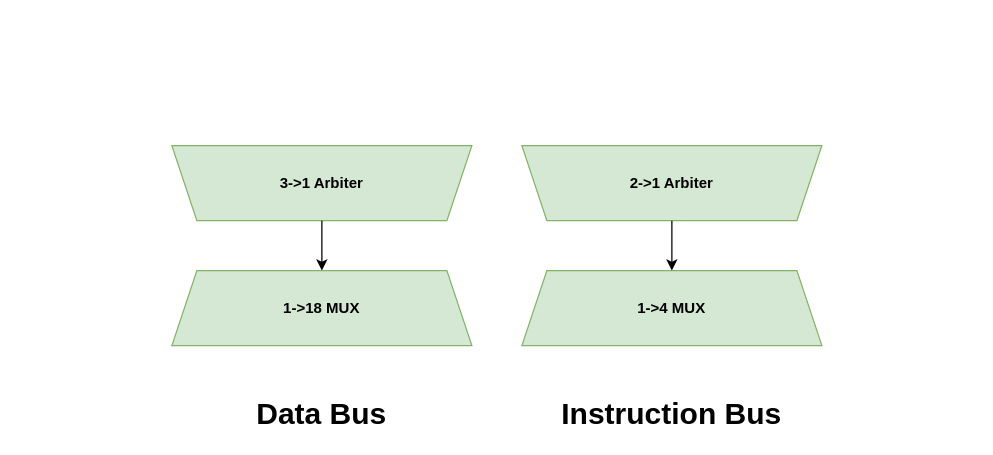
epsilon537/boxlambda keeps this draw.io diagram as assets/data_bus_and_instruction_bus.drawio. Above is the earlier version. Source tidied: cells renumbered, new cells numbered last; positions are measured from the earlier drawing's top-left corner, leaving out a move shared by most shapes. Both pictures are drawn from the tidied source at 125%, with x=0, y=0 at pixel (21, 145).
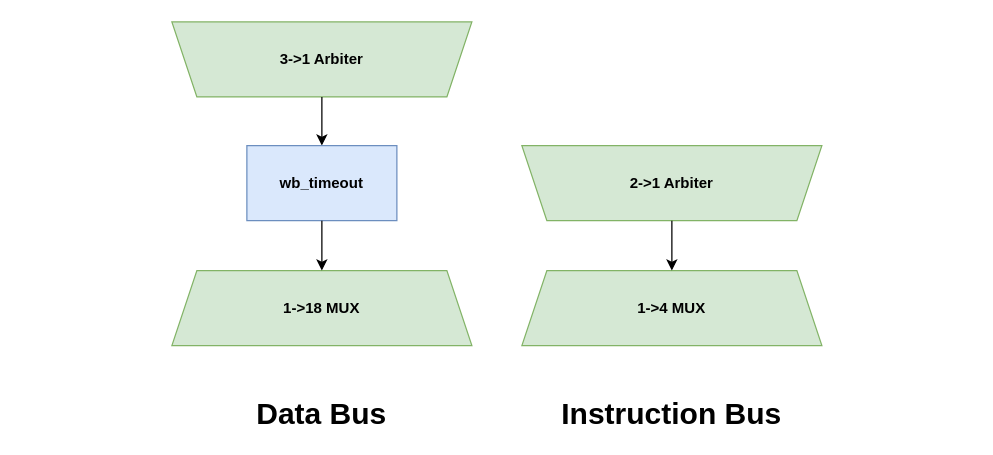
After the change.

Change to the diagram source:
```diff
@@
 <mxGraphModel>
   <root>
     <mxCell id="0" />
     <mxCell id="1" parent="0" />
     <mxCell id="2" style="rounded=0;whiteSpace=wrap;html=1;fillColor=none;strokeColor=none;" parent="1" vertex="1">
       <mxGeometry y="60" width="760" height="60" as="geometry" />
     </mxCell>
     <mxCell id="3" value="1-&amp;gt;18 MUX" style="shape=trapezoid;perimeter=trapezoidPerimeter;whiteSpace=wrap;html=1;fixedSize=1;fillColor=#d5e8d4;strokeColor=#82b366;fontStyle=1;" parent="1" vertex="1">
       <mxGeometry x="120" y="100" width="240" height="60" as="geometry" />
     </mxCell>
     <mxCell id="4" style="shape=trapezoid;perimeter=trapezoidPerimeter;whiteSpace=wrap;html=1;fixedSize=1;rotation=-180;fillColor=#d5e8d4;strokeColor=#82b366;" parent="1" vertex="1">
-      <mxGeometry x="120" width="240" height="60" as="geometry" />
+      <mxGeometry x="120" y="-99" width="240" height="60" as="geometry" />
     </mxCell>
     <mxCell id="5" value="3-&amp;gt;1 Arbiter" style="text;html=1;align=center;verticalAlign=middle;whiteSpace=wrap;rounded=0;fontStyle=1;" parent="1" vertex="1">
-      <mxGeometry x="195" y="15" width="90" height="30" as="geometry" />
+      <mxGeometry x="195" y="-84" width="90" height="30" as="geometry" />
     </mxCell>
-    <mxCell id="6" style="endArrow=classic;html=1;rounded=0;entryX=0.5;entryY=0;entryDx=0;entryDy=0;exitX=0.5;exitY=0;exitDx=0;exitDy=0;" parent="1" edge="1" source="4" target="3">
+    <mxCell id="6" style="endArrow=classic;html=1;rounded=0;entryX=0.5;entryY=0;entryDx=0;entryDy=0;exitX=0.5;exitY=0;exitDx=0;exitDy=0;" parent="1" edge="1" source="4" target="13">
       <mxGeometry relative="1" as="geometry" />
     </mxCell>
     <mxCell id="7" value="Data Bus" style="text;html=1;align=center;verticalAlign=middle;whiteSpace=wrap;rounded=0;fontSize=24;fontStyle=1;" parent="1" vertex="1">
       <mxGeometry x="160" y="200" width="160" height="30" as="geometry" />
     </mxCell>
     <mxCell id="8" value="1-&amp;gt;4 MUX" style="shape=trapezoid;perimeter=trapezoidPerimeter;whiteSpace=wrap;html=1;fixedSize=1;fillColor=#d5e8d4;strokeColor=#82b366;fontStyle=1;" parent="1" vertex="1">
       <mxGeometry x="400" y="100" width="240" height="60" as="geometry" />
     </mxCell>
     <mxCell id="9" style="shape=trapezoid;perimeter=trapezoidPerimeter;whiteSpace=wrap;html=1;fixedSize=1;rotation=-180;fillColor=#d5e8d4;strokeColor=#82b366;" parent="1" vertex="1">
       <mxGeometry x="400" width="240" height="60" as="geometry" />
     </mxCell>
     <mxCell id="10" value="2-&amp;gt;1 Arbiter" style="text;html=1;align=center;verticalAlign=middle;whiteSpace=wrap;rounded=0;fontStyle=1;" parent="1" vertex="1">
       <mxGeometry x="475" y="15" width="90" height="30" as="geometry" />
     </mxCell>
     <mxCell id="11" style="endArrow=classic;html=1;rounded=0;entryX=0.5;entryY=0;entryDx=0;entryDy=0;exitX=0.5;exitY=0;exitDx=0;exitDy=0;" parent="1" edge="1" source="9" target="8">
       <mxGeometry relative="1" as="geometry" />
     </mxCell>
     <mxCell id="12" value="Instruction Bus" style="text;html=1;align=center;verticalAlign=middle;whiteSpace=wrap;rounded=0;fontSize=24;fontStyle=1;" parent="1" vertex="1">
       <mxGeometry x="430" y="200" width="180" height="30" as="geometry" />
     </mxCell>
+    <mxCell id="13" value="&lt;b&gt;wb_timeout&lt;/b&gt;" style="rounded=0;whiteSpace=wrap;html=1;fillColor=#dae8fc;strokeColor=#6c8ebf;" parent="1" vertex="1">
+      <mxGeometry x="180" width="120" height="60" as="geometry" />
+    </mxCell>
+    <mxCell id="14" style="endArrow=classic;html=1;rounded=0;entryX=0.5;entryY=0;entryDx=0;entryDy=0;" parent="1" edge="1" target="3">
+      <mxGeometry relative="1" as="geometry">
+        <mxPoint x="240" y="60" as="sourcePoint" />
+      </mxGeometry>
+    </mxCell>
   </root>
 </mxGraphModel>
```
